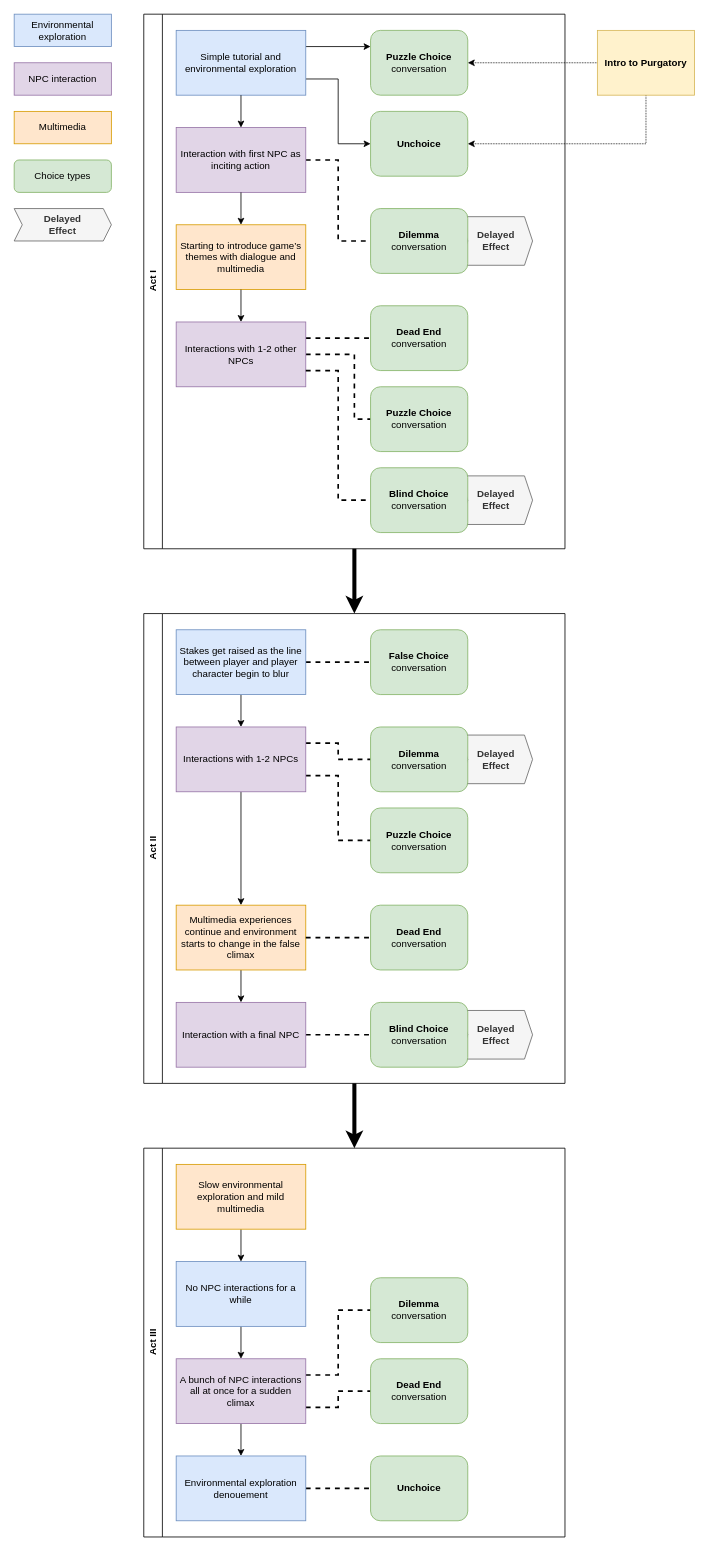
Earlier version of the draw.io diagram Assets/Conversations/PlotStructure.drawio (Owmacohe/UNDERSCORE). Source tidied: cells renumbered, new cells numbered last; positions are measured from the earlier drawing's top-left corner, leaving out a move shared by most shapes. Both pictures are drawn from the tidied source at 81%, with x=0, y=0 at pixel (14, 14).
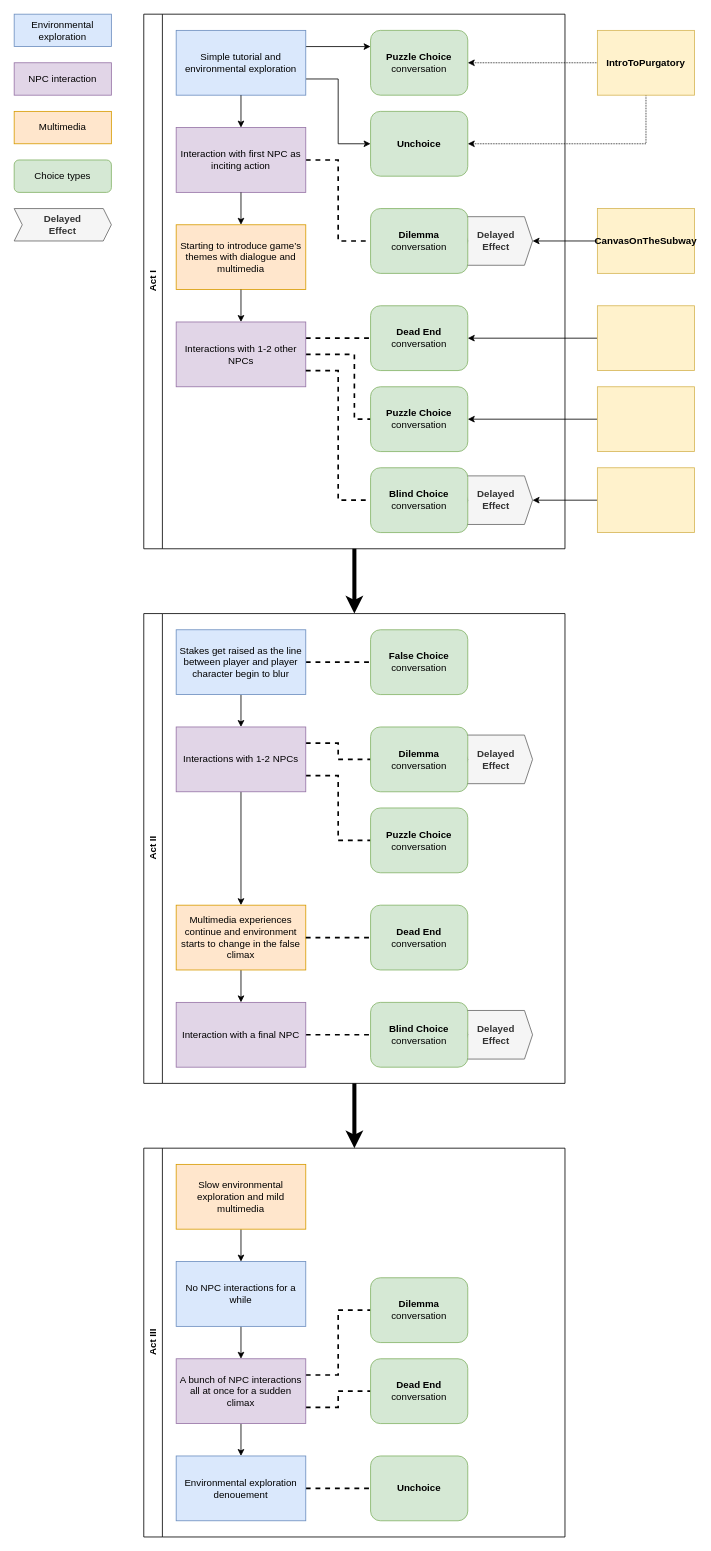
The same diagram, later.

The change refers to these unchanged cells:
```xml
<mxCell id="3" value="&lt;b&gt;Delayed&lt;br&gt;Effect&lt;/b&gt;" style="shape=step;perimeter=stepPerimeter;whiteSpace=wrap;html=1;fixedSize=1;size=10;fillColor=#f5f5f5;fontColor=#333333;strokeColor=#666666;" parent="2" vertex="1">
  <mxGeometry x="390" y="250" width="90" height="60" as="geometry" />
</mxCell>
<mxCell id="16" value="&lt;b&gt;Dead End&lt;br&gt;&lt;/b&gt;conversation" style="rounded=1;whiteSpace=wrap;html=1;fillColor=#d5e8d4;strokeColor=#82b366;" parent="2" vertex="1">
  <mxGeometry x="280" y="360" width="120" height="80" as="geometry" />
</mxCell>
<mxCell id="18" value="&lt;b&gt;Delayed&lt;br&gt;Effect&lt;/b&gt;" style="shape=step;perimeter=stepPerimeter;whiteSpace=wrap;html=1;fixedSize=1;size=10;fillColor=#f5f5f5;fontColor=#333333;strokeColor=#666666;" parent="2" vertex="1">
  <mxGeometry x="390" y="570" width="90" height="60" as="geometry" />
</mxCell>
<mxCell id="21" value="&lt;b&gt;Puzzle Choice&lt;br&gt;&lt;/b&gt;conversation" style="rounded=1;whiteSpace=wrap;html=1;fillColor=#d5e8d4;strokeColor=#82b366;" parent="2" vertex="1">
  <mxGeometry x="280" y="460" width="120" height="80" as="geometry" />
</mxCell>
```

Change to the diagram source:
```diff
@@
-    <mxCell id="67" value="&lt;b&gt;Intro to Purgatory&lt;/b&gt;" style="rounded=0;whiteSpace=wrap;html=1;fillColor=#fff2cc;strokeColor=#d6b656;" parent="1" vertex="1">
+    <mxCell id="67" value="&lt;b&gt;IntroToPurgatory&lt;/b&gt;" style="rounded=0;whiteSpace=wrap;html=1;fillColor=#fff2cc;strokeColor=#d6b656;" parent="1" vertex="1">
       <mxGeometry x="720" y="20" width="120" height="80" as="geometry" />
     </mxCell>
+    <mxCell id="68" style="edgeStyle=orthogonalEdgeStyle;rounded=0;jettySize=auto;html=1;exitX=0;exitY=0.5;exitDx=0;exitDy=0;entryX=1;entryY=0.5;entryDx=0;entryDy=0;" parent="1" edge="1" source="69" target="3">
+      <mxGeometry relative="1" as="geometry" />
+    </mxCell>
+    <mxCell id="69" value="&lt;b&gt;CanvasOnTheSubway&lt;/b&gt;" style="rounded=0;whiteSpace=wrap;html=1;fillColor=#fff2cc;strokeColor=#d6b656;" parent="1" vertex="1">
+      <mxGeometry x="720" y="240" width="120" height="80" as="geometry" />
+    </mxCell>
+    <mxCell id="70" style="edgeStyle=orthogonalEdgeStyle;rounded=0;jettySize=auto;html=1;exitX=0;exitY=0.5;exitDx=0;exitDy=0;entryX=1;entryY=0.5;entryDx=0;entryDy=0;" parent="1" edge="1" source="71" target="16">
+      <mxGeometry relative="1" as="geometry" />
+    </mxCell>
+    <mxCell id="71" style="rounded=0;whiteSpace=wrap;html=1;fillColor=#fff2cc;strokeColor=#d6b656;" parent="1" vertex="1">
+      <mxGeometry x="720" y="360" width="120" height="80" as="geometry" />
+    </mxCell>
+    <mxCell id="72" style="edgeStyle=orthogonalEdgeStyle;rounded=0;jettySize=auto;html=1;exitX=0;exitY=0.5;exitDx=0;exitDy=0;entryX=1;entryY=0.5;entryDx=0;entryDy=0;" parent="1" edge="1" source="73" target="18">
+      <mxGeometry relative="1" as="geometry" />
+    </mxCell>
+    <mxCell id="73" style="rounded=0;whiteSpace=wrap;html=1;fillColor=#fff2cc;strokeColor=#d6b656;" parent="1" vertex="1">
+      <mxGeometry x="720" y="560" width="120" height="80" as="geometry" />
+    </mxCell>
+    <mxCell id="74" style="edgeStyle=orthogonalEdgeStyle;rounded=0;jettySize=auto;html=1;exitX=0;exitY=0.5;exitDx=0;exitDy=0;entryX=1;entryY=0.5;entryDx=0;entryDy=0;" parent="1" edge="1" source="75" target="21">
+      <mxGeometry relative="1" as="geometry" />
+    </mxCell>
+    <mxCell id="75" style="rounded=0;whiteSpace=wrap;html=1;fillColor=#fff2cc;strokeColor=#d6b656;" parent="1" vertex="1">
+      <mxGeometry x="720" y="460" width="120" height="80" as="geometry" />
+    </mxCell>
```
